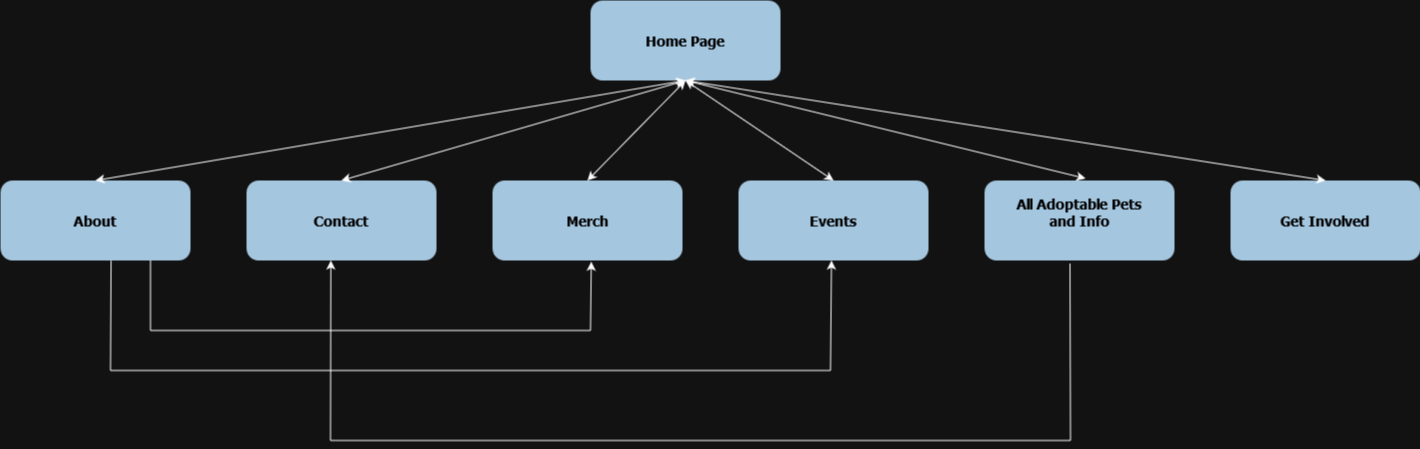
jacoblee12/IT3203-Website-Jacob-Peirce keeps this draw.io diagram as JJINCSiteMap.png. Above is the earlier version. Source tidied: cells renumbered, new cells last; positions are measured from the earlier drawing's top-left corner, leaving out a move shared by most shapes. Its diagram source:
```xml
<mxGraphModel>
  <root>
    <mxCell id="0" />
    <mxCell id="1" parent="0" />
    <mxCell id="2" value="Home Page" style="rounded=1;fillColor=#23445D;gradientColor=none;strokeColor=none;fontColor=#FFFFFF;fontStyle=1;fontFamily=Tahoma;fontSize=14;" parent="1" vertex="1">
      <mxGeometry x="590" width="190" height="80" as="geometry" />
    </mxCell>
    <mxCell id="3" value="Contact" style="rounded=1;fillColor=#23445D;gradientColor=none;strokeColor=none;fontColor=#FFFFFF;fontStyle=1;fontFamily=Tahoma;fontSize=14;" parent="1" vertex="1">
      <mxGeometry x="246" y="180" width="190" height="80" as="geometry" />
    </mxCell>
    <mxCell id="4" value="Get Involved" style="rounded=1;fillColor=#23445D;gradientColor=none;strokeColor=none;fontColor=#FFFFFF;fontStyle=1;fontFamily=Tahoma;fontSize=14;" parent="1" vertex="1">
      <mxGeometry x="1230" y="180" width="190" height="80" as="geometry" />
    </mxCell>
    <mxCell id="5" value="Events" style="rounded=1;fillColor=#23445D;gradientColor=none;strokeColor=none;fontColor=#FFFFFF;fontStyle=1;fontFamily=Tahoma;fontSize=14;" parent="1" vertex="1">
      <mxGeometry x="738" y="180" width="190" height="80" as="geometry" />
    </mxCell>
    <mxCell id="6" value="Merch" style="rounded=1;fillColor=#23445D;gradientColor=none;strokeColor=none;fontColor=#FFFFFF;fontStyle=1;fontFamily=Tahoma;fontSize=14;" parent="1" vertex="1">
      <mxGeometry x="492" y="180" width="190" height="80" as="geometry" />
    </mxCell>
    <mxCell id="7" value="All Adoptable Pets&#10;and Info&#10;" style="rounded=1;fillColor=#23445D;gradientColor=none;strokeColor=none;fontColor=#FFFFFF;fontStyle=1;fontFamily=Tahoma;fontSize=14;" parent="1" vertex="1">
      <mxGeometry x="984" y="180" width="190" height="80" as="geometry" />
    </mxCell>
    <mxCell id="8" value="About" style="rounded=1;fillColor=#23445D;gradientColor=none;strokeColor=none;fontColor=#FFFFFF;fontStyle=1;fontFamily=Tahoma;fontSize=14;" parent="1" vertex="1">
      <mxGeometry y="180" width="190" height="80" as="geometry" />
    </mxCell>
    <mxCell id="9" style="endArrow=classic;startArrow=classic;html=1;rounded=0;entryX=0.5;entryY=1;entryDx=0;entryDy=0;exitX=0.5;exitY=0;exitDx=0;exitDy=0;" parent="1" edge="1" source="3" target="2">
      <mxGeometry relative="1" as="geometry" />
    </mxCell>
    <mxCell id="10" style="endArrow=classic;startArrow=classic;html=1;rounded=0;entryX=0.5;entryY=1;entryDx=0;entryDy=0;exitX=0.5;exitY=0;exitDx=0;exitDy=0;" parent="1" edge="1" source="8" target="2">
      <mxGeometry relative="1" as="geometry" />
    </mxCell>
    <mxCell id="11" style="endArrow=classic;startArrow=classic;html=1;rounded=0;entryX=0.5;entryY=1;entryDx=0;entryDy=0;exitX=0.5;exitY=0;exitDx=0;exitDy=0;" parent="1" edge="1" source="5" target="2">
      <mxGeometry relative="1" as="geometry" />
    </mxCell>
    <mxCell id="12" style="endArrow=classic;startArrow=classic;html=1;rounded=0;entryX=0.5;entryY=1;entryDx=0;entryDy=0;exitX=0.532;exitY=-0.025;exitDx=0;exitDy=0;exitPerimeter=0;" parent="1" edge="1" source="7" target="2">
      <mxGeometry relative="1" as="geometry" />
    </mxCell>
    <mxCell id="13" style="endArrow=classic;startArrow=classic;html=1;rounded=0;entryX=0.5;entryY=1;entryDx=0;entryDy=0;exitX=0.5;exitY=0;exitDx=0;exitDy=0;" parent="1" edge="1" source="4" target="2">
      <mxGeometry relative="1" as="geometry" />
    </mxCell>
    <mxCell id="14" style="endArrow=classic;startArrow=classic;html=1;rounded=0;entryX=0.5;entryY=1;entryDx=0;entryDy=0;exitX=0.5;exitY=0;exitDx=0;exitDy=0;" parent="1" edge="1" source="6" target="2">
      <mxGeometry relative="1" as="geometry" />
    </mxCell>
    <mxCell id="15" style="endArrow=none;html=1;rounded=0;exitX=0.582;exitY=1.002;exitDx=0;exitDy=0;exitPerimeter=0;" parent="1" edge="1" source="8">
      <mxGeometry relative="1" as="geometry">
        <mxPoint x="110" y="370" as="targetPoint" />
      </mxGeometry>
    </mxCell>
    <mxCell id="16" style="endArrow=none;html=1;rounded=0;exitX=0.5;exitY=1;exitDx=0;exitDy=0;" parent="1" edge="1">
      <mxGeometry relative="1" as="geometry">
        <mxPoint x="150" y="260" as="sourcePoint" />
        <mxPoint x="150" y="330" as="targetPoint" />
      </mxGeometry>
    </mxCell>
    <mxCell id="17" style="endArrow=classic;html=1;rounded=0;entryX=0.52;entryY=1.015;entryDx=0;entryDy=0;entryPerimeter=0;" parent="1" edge="1" target="6">
      <mxGeometry relative="1" as="geometry">
        <mxPoint x="590" y="330" as="sourcePoint" />
      </mxGeometry>
    </mxCell>
    <mxCell id="18" style="endArrow=none;html=1;rounded=0;" parent="1" edge="1">
      <mxGeometry relative="1" as="geometry">
        <mxPoint x="150" y="330" as="sourcePoint" />
        <mxPoint x="590" y="330" as="targetPoint" />
      </mxGeometry>
    </mxCell>
    <mxCell id="19" style="endArrow=none;html=1;rounded=0;" parent="1" edge="1">
      <mxGeometry relative="1" as="geometry">
        <mxPoint x="110" y="370" as="sourcePoint" />
        <mxPoint x="830" y="370" as="targetPoint" />
      </mxGeometry>
    </mxCell>
    <mxCell id="20" style="endArrow=classic;html=1;rounded=0;entryX=0.52;entryY=1.015;entryDx=0;entryDy=0;entryPerimeter=0;" parent="1" edge="1">
      <mxGeometry relative="1" as="geometry">
        <mxPoint x="830" y="370" as="sourcePoint" />
        <mxPoint x="831" y="260" as="targetPoint" />
      </mxGeometry>
    </mxCell>
    <mxCell id="21" style="endArrow=none;html=1;rounded=0;" parent="1" edge="1">
      <mxGeometry relative="1" as="geometry">
        <mxPoint x="330" y="440" as="sourcePoint" />
        <mxPoint x="1070" y="440" as="targetPoint" />
      </mxGeometry>
    </mxCell>
    <mxCell id="22" style="endArrow=classic;html=1;rounded=0;entryX=0.444;entryY=1;entryDx=0;entryDy=0;entryPerimeter=0;" parent="1" edge="1" target="3">
      <mxGeometry relative="1" as="geometry">
        <mxPoint x="330" y="440" as="sourcePoint" />
      </mxGeometry>
    </mxCell>
    <mxCell id="23" style="endArrow=none;html=1;rounded=0;entryX=0.45;entryY=1.038;entryDx=0;entryDy=0;entryPerimeter=0;" parent="1" edge="1" target="7">
      <mxGeometry relative="1" as="geometry">
        <mxPoint x="1070" y="440" as="sourcePoint" />
      </mxGeometry>
    </mxCell>
  </root>
</mxGraphModel>
```
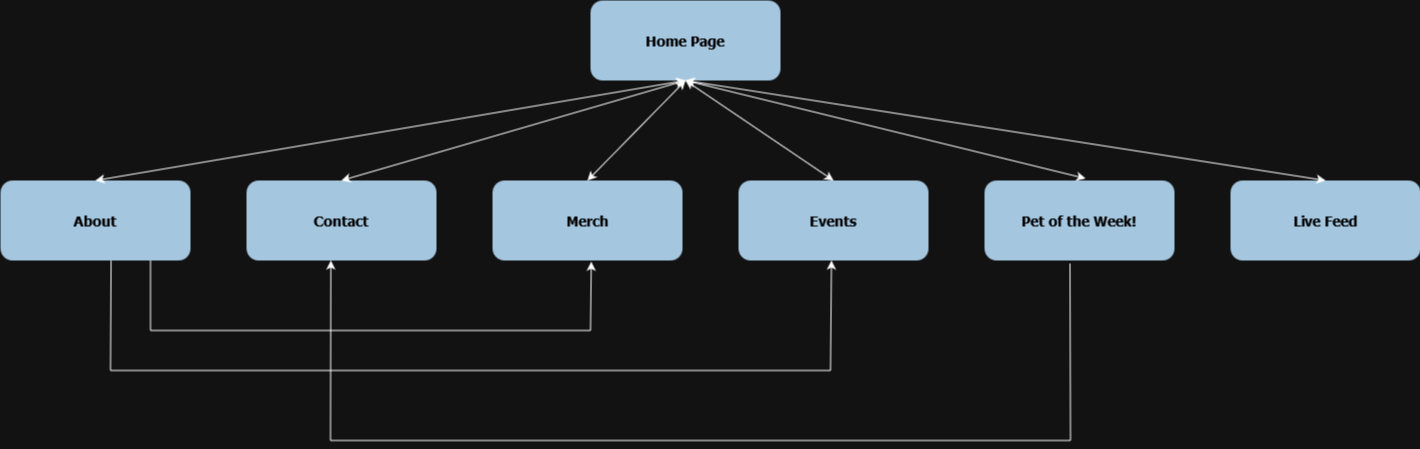
Above is the later version.

Commit message:
final push for homework, now i just need wireframes

What changed in the source:
```diff
@@ -8,7 +8,7 @@
     <mxCell id="3" value="Contact" style="rounded=1;fillColor=#23445D;gradientColor=none;strokeColor=none;fontColor=#FFFFFF;fontStyle=1;fontFamily=Tahoma;fontSize=14;" parent="1" vertex="1">
       <mxGeometry x="246" y="180" width="190" height="80" as="geometry" />
     </mxCell>
-    <mxCell id="4" value="Get Involved" style="rounded=1;fillColor=#23445D;gradientColor=none;strokeColor=none;fontColor=#FFFFFF;fontStyle=1;fontFamily=Tahoma;fontSize=14;" parent="1" vertex="1">
+    <mxCell id="4" value="Live Feed" style="rounded=1;fillColor=#23445D;gradientColor=none;strokeColor=none;fontColor=#FFFFFF;fontStyle=1;fontFamily=Tahoma;fontSize=14;" parent="1" vertex="1">
       <mxGeometry x="1230" y="180" width="190" height="80" as="geometry" />
     </mxCell>
     <mxCell id="5" value="Events" style="rounded=1;fillColor=#23445D;gradientColor=none;strokeColor=none;fontColor=#FFFFFF;fontStyle=1;fontFamily=Tahoma;fontSize=14;" parent="1" vertex="1">
@@ -17,7 +17,7 @@
     <mxCell id="6" value="Merch" style="rounded=1;fillColor=#23445D;gradientColor=none;strokeColor=none;fontColor=#FFFFFF;fontStyle=1;fontFamily=Tahoma;fontSize=14;" parent="1" vertex="1">
       <mxGeometry x="492" y="180" width="190" height="80" as="geometry" />
     </mxCell>
-    <mxCell id="7" value="All Adoptable Pets&#10;and Info&#10;" style="rounded=1;fillColor=#23445D;gradientColor=none;strokeColor=none;fontColor=#FFFFFF;fontStyle=1;fontFamily=Tahoma;fontSize=14;" parent="1" vertex="1">
+    <mxCell id="7" value="Pet of the Week!" style="rounded=1;fillColor=#23445D;gradientColor=none;strokeColor=none;fontColor=#FFFFFF;fontStyle=1;fontFamily=Tahoma;fontSize=14;" parent="1" vertex="1">
       <mxGeometry x="984" y="180" width="190" height="80" as="geometry" />
     </mxCell>
     <mxCell id="8" value="About" style="rounded=1;fillColor=#23445D;gradientColor=none;strokeColor=none;fontColor=#FFFFFF;fontStyle=1;fontFamily=Tahoma;fontSize=14;" parent="1" vertex="1">
```
